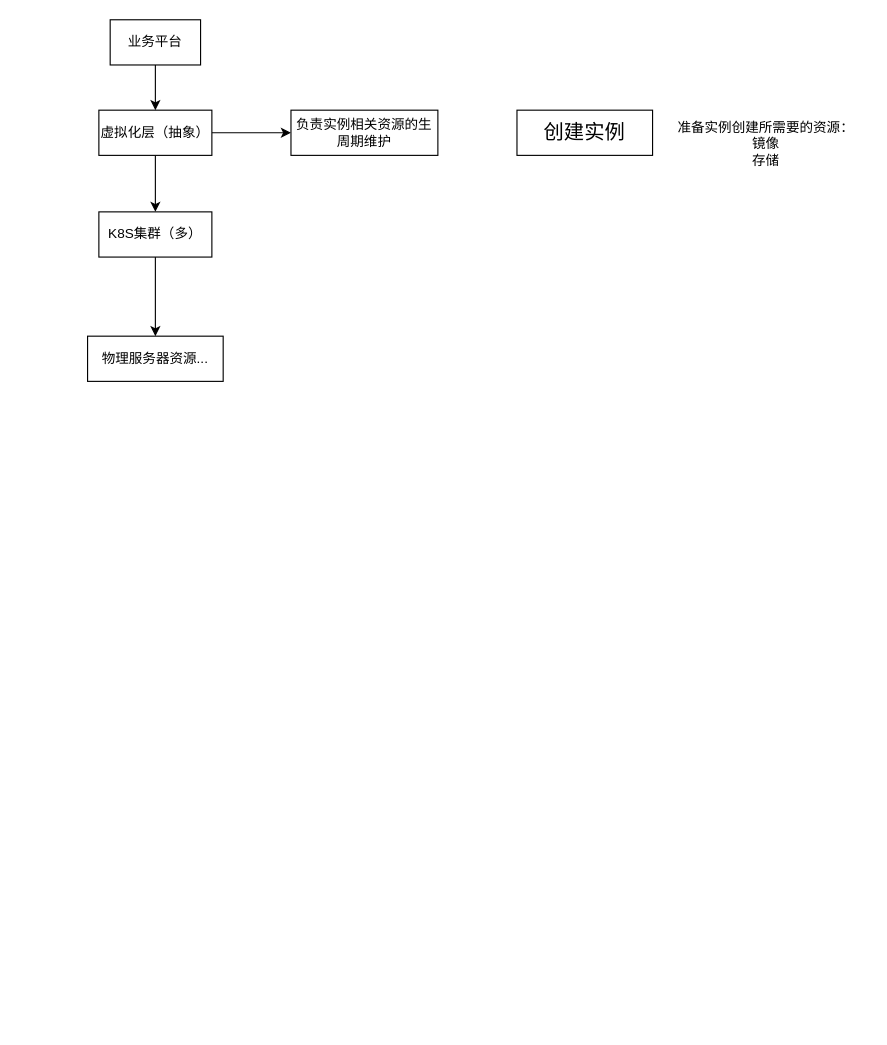
The draw.io diagram assets/jishu.drawio in gogowaiting/gogowaiting.github.io, before the edit. Source tidied: cells renumbered, new cells numbered last; positions are measured from the earlier drawing's top-left corner, leaving out a move shared by most shapes. Both pictures are drawn from the tidied source at 113%, with x=0, y=0 at pixel (87, 19).
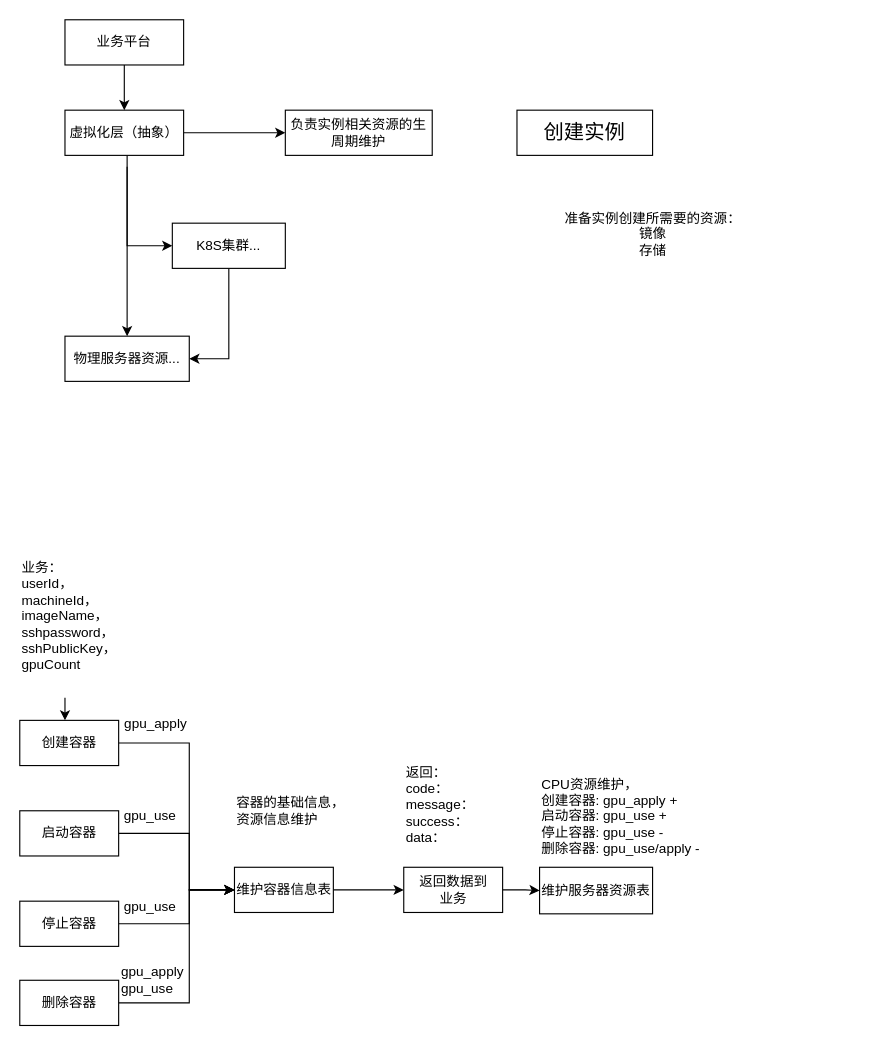
The same page after the edit.

Change to the diagram source:
```diff
@@
     <mxCell id="3" value="准备实例创建所需要的资源：&lt;br&gt;镜像&lt;div&gt;存储&lt;/div&gt;" style="text;html=1;align=center;verticalAlign=middle;strokeColor=none;fillColor=none;" parent="1" vertex="1">
-      <mxGeometry x="510" y="80" width="180" height="60" as="geometry" />
+      <mxGeometry x="410" y="160" width="180" height="60" as="geometry" />
     </mxCell>
+    <mxCell id="13" style="edgeStyle=orthogonalEdgeStyle;rounded=0;jettySize=auto;html=1;exitX=1;exitY=0.5;exitDx=0;exitDy=0;" parent="1" edge="1" source="4">
+      <mxGeometry relative="1" as="geometry">
+        <mxPoint x="85.1" y="20" as="targetPoint" />
+      </mxGeometry>
+    </mxCell>
     <mxCell id="4" value="业务平台" style="rounded=0;whiteSpace=wrap;html=1;" parent="1" vertex="1">
-      <mxGeometry x="20" width="80" height="40" as="geometry" />
+      <mxGeometry x="-20" width="105" height="40" as="geometry" />
     </mxCell>
-    <mxCell id="5" style="edgeStyle=orthogonalEdgeStyle;rounded=0;jettySize=auto;html=1;" parent="1" edge="1" source="7" target="10">
-      <mxGeometry relative="1" as="geometry">
-        <Array as="points">
-          <mxPoint x="60" y="160" />
-          <mxPoint x="60" y="160" />
-        </Array>
-      </mxGeometry>
-    </mxCell>
@@
     <mxCell id="7" value="虚拟化层（抽象）" style="rounded=0;whiteSpace=wrap;html=1;" parent="1" vertex="1">
-      <mxGeometry x="10" y="80" width="100" height="40" as="geometry" />
+      <mxGeometry x="-20" y="80" width="105" height="40" as="geometry" />
     </mxCell>
@@
-    <mxCell id="9" style="edgeStyle=orthogonalEdgeStyle;rounded=0;jettySize=auto;html=1;" parent="1" edge="1" source="10" target="11">
-      <mxGeometry relative="1" as="geometry" />
+    <mxCell id="9" style="edgeStyle=orthogonalEdgeStyle;rounded=0;jettySize=auto;html=1;entryX=1;entryY=0.5;entryDx=0;entryDy=0;" parent="1" edge="1" source="10" target="11">
+      <mxGeometry relative="1" as="geometry">
+        <Array as="points">
+          <mxPoint x="125" y="300" />
+        </Array>
+      </mxGeometry>
     </mxCell>
-    <mxCell id="10" value="K8S集群（多）" style="rounded=0;whiteSpace=wrap;html=1;" parent="1" vertex="1">
-      <mxGeometry x="10" y="170" width="100" height="40" as="geometry" />
+    <mxCell id="10" value="K8S集群..." style="rounded=0;whiteSpace=wrap;html=1;" parent="1" vertex="1">
+      <mxGeometry x="75" y="180" width="100" height="40" as="geometry" />
     </mxCell>
     <mxCell id="11" value="物理服务器资源..." style="rounded=0;whiteSpace=wrap;html=1;" parent="1" vertex="1">
-      <mxGeometry y="280" width="120" height="40" as="geometry" />
+      <mxGeometry x="-20" y="280" width="110" height="40" as="geometry" />
     </mxCell>
     <mxCell id="12" value="负责实例相关资源的生周期维护" style="rounded=0;whiteSpace=wrap;html=1;" parent="1" vertex="1">
-      <mxGeometry x="180" y="80" width="130" height="40" as="geometry" />
+      <mxGeometry x="175" y="80" width="130" height="40" as="geometry" />
     </mxCell>
+    <mxCell id="14" style="endArrow=classic;html=1;rounded=0;entryX=0;entryY=0.5;entryDx=0;entryDy=0;" parent="1" edge="1" target="10">
+      <mxGeometry relative="1" as="geometry">
+        <mxPoint x="35" y="130" as="sourcePoint" />
+        <Array as="points">
+          <mxPoint x="35" y="170" />
+          <mxPoint x="35" y="200" />
+        </Array>
+      </mxGeometry>
+    </mxCell>
+    <mxCell id="15" style="endArrow=classic;html=1;rounded=0;entryX=0.5;entryY=0;entryDx=0;entryDy=0;" parent="1" edge="1" target="11">
+      <mxGeometry relative="1" as="geometry">
+        <mxPoint x="35" y="120" as="sourcePoint" />
+      </mxGeometry>
+    </mxCell>
+    <mxCell id="16" style="edgeStyle=orthogonalEdgeStyle;rounded=0;jettySize=auto;html=1;" parent="1" edge="1" source="17" target="27">
+      <mxGeometry relative="1" as="geometry">
+        <Array as="points">
+          <mxPoint x="90" y="640" />
+          <mxPoint x="90" y="770" />
+        </Array>
+      </mxGeometry>
+    </mxCell>
+    <mxCell id="17" value="创建容器" style="rounded=0;whiteSpace=wrap;html=1;" parent="1" vertex="1">
+      <mxGeometry x="-60" y="620" width="87.5" height="40" as="geometry" />
+    </mxCell>
+    <mxCell id="18" style="edgeStyle=orthogonalEdgeStyle;rounded=0;jettySize=auto;html=1;exitX=1;exitY=0.5;exitDx=0;exitDy=0;" parent="1" edge="1" source="19" target="27">
+      <mxGeometry relative="1" as="geometry">
+        <Array as="points">
+          <mxPoint x="90" y="720" />
+          <mxPoint x="90" y="770" />
+        </Array>
+      </mxGeometry>
+    </mxCell>
+    <mxCell id="19" value="启动容器" style="rounded=0;whiteSpace=wrap;html=1;" parent="1" vertex="1">
+      <mxGeometry x="-60" y="700" width="87.5" height="40" as="geometry" />
+    </mxCell>
+    <mxCell id="20" style="edgeStyle=orthogonalEdgeStyle;rounded=0;jettySize=auto;html=1;" parent="1" edge="1" source="21" target="27">
+      <mxGeometry relative="1" as="geometry">
+        <Array as="points">
+          <mxPoint x="90" y="800" />
+          <mxPoint x="90" y="770" />
+        </Array>
+      </mxGeometry>
+    </mxCell>
+    <mxCell id="21" value="停止容器" style="rounded=0;whiteSpace=wrap;html=1;" parent="1" vertex="1">
+      <mxGeometry x="-60" y="780" width="87.5" height="40" as="geometry" />
+    </mxCell>
+    <mxCell id="22" style="edgeStyle=orthogonalEdgeStyle;rounded=0;jettySize=auto;html=1;entryX=0;entryY=0.5;entryDx=0;entryDy=0;" parent="1" edge="1" source="23" target="27">
+      <mxGeometry relative="1" as="geometry">
+        <Array as="points">
+          <mxPoint x="90" y="870" />
+          <mxPoint x="90" y="770" />
+        </Array>
+      </mxGeometry>
+    </mxCell>
+    <mxCell id="23" value="删除容器" style="rounded=0;whiteSpace=wrap;html=1;" parent="1" vertex="1">
+      <mxGeometry x="-60" y="850" width="87.5" height="40" as="geometry" />
+    </mxCell>
+    <mxCell id="24" style="edgeStyle=orthogonalEdgeStyle;rounded=0;jettySize=auto;html=1;" parent="1" edge="1" source="25" target="17">
+      <mxGeometry relative="1" as="geometry">
+        <Array as="points">
+          <mxPoint x="-20" y="610" />
+          <mxPoint x="-20" y="610" />
+        </Array>
+      </mxGeometry>
+    </mxCell>
+    <mxCell id="25" value="业务：&lt;div&gt;userId，&lt;div&gt;machineId，&lt;/div&gt;&lt;div&gt;imageName，&lt;/div&gt;&lt;div&gt;sshpassword，&lt;/div&gt;&lt;div&gt;sshPublicKey，&lt;/div&gt;&lt;div&gt;gpuCount&lt;div&gt;&lt;br style=&quot;text-wrap: wrap;&quot;&gt;&lt;/div&gt;&lt;/div&gt;&lt;/div&gt;" style="text;html=1;align=left;verticalAlign=middle;points=[];strokeColor=none;fillColor=none;" parent="1" vertex="1">
+      <mxGeometry x="-60" y="470" width="110" height="130" as="geometry" />
+    </mxCell>
+    <mxCell id="26" style="edgeStyle=orthogonalEdgeStyle;rounded=0;jettySize=auto;html=1;" parent="1" edge="1" source="27" target="29">
+      <mxGeometry relative="1" as="geometry" />
+    </mxCell>
+    <mxCell id="27" value="维护容器信息表" style="rounded=0;whiteSpace=wrap;html=1;" parent="1" vertex="1">
+      <mxGeometry x="130" y="750" width="87.5" height="40" as="geometry" />
+    </mxCell>
+    <mxCell id="28" style="edgeStyle=orthogonalEdgeStyle;rounded=0;jettySize=auto;html=1;" parent="1" edge="1" source="29" target="30">
+      <mxGeometry relative="1" as="geometry" />
+    </mxCell>
+    <mxCell id="29" value="返回数据到&lt;div&gt;&lt;span style=&quot;background-color: initial;&quot;&gt;业务&lt;/span&gt;&lt;br&gt;&lt;/div&gt;" style="rounded=0;whiteSpace=wrap;html=1;" parent="1" vertex="1">
+      <mxGeometry x="279.8" y="750" width="87.5" height="40" as="geometry" />
+    </mxCell>
+    <mxCell id="30" value="&lt;div&gt;维护服务器资源表&lt;/div&gt;" style="rounded=0;whiteSpace=wrap;html=1;" parent="1" vertex="1">
+      <mxGeometry x="400" y="750" width="100" height="41.2" as="geometry" />
+    </mxCell>
+    <mxCell id="31" value="返回：&lt;div&gt;code：&lt;div&gt;message：&lt;/div&gt;&lt;div&gt;success：&lt;/div&gt;&lt;div&gt;data：&lt;/div&gt;&lt;/div&gt;" style="text;html=1;align=left;verticalAlign=middle;strokeColor=none;fillColor=none;" parent="1" vertex="1">
+      <mxGeometry x="279.8" y="650" width="80" height="90" as="geometry" />
+    </mxCell>
+    <mxCell id="32" value="容器的基础信息，&lt;div&gt;资源信息维护&lt;/div&gt;" style="text;html=1;align=left;verticalAlign=middle;strokeColor=none;fillColor=none;" parent="1" vertex="1">
+      <mxGeometry x="130" y="680" width="120" height="40" as="geometry" />
+    </mxCell>
+    <mxCell id="33" value="CPU资源维护，&lt;div&gt;创建容器: gpu_apply +&lt;div&gt;启动容器: gpu_use +&lt;/div&gt;&lt;div&gt;停止容器: gpu_use -&lt;/div&gt;&lt;div&gt;删除容器: gpu_use/apply -&lt;/div&gt;&lt;/div&gt;" style="text;html=1;align=left;verticalAlign=middle;strokeColor=none;fillColor=none;" parent="1" vertex="1">
+      <mxGeometry x="400" y="660" width="160" height="90" as="geometry" />
+    </mxCell>
+    <mxCell id="34" value="gpu_apply" style="text;html=1;align=center;verticalAlign=middle;strokeColor=none;fillColor=none;" parent="1" vertex="1">
+      <mxGeometry x="20" y="608" width="80" height="30" as="geometry" />
+    </mxCell>
+    <mxCell id="35" value="gpu_use" style="text;html=1;align=center;verticalAlign=middle;strokeColor=none;fillColor=none;" parent="1" vertex="1">
+      <mxGeometry x="20" y="690" width="70" height="30" as="geometry" />
+    </mxCell>
+    <mxCell id="36" value="gpu_use" style="text;html=1;align=center;verticalAlign=middle;strokeColor=none;fillColor=none;" parent="1" vertex="1">
+      <mxGeometry x="20" y="770" width="70" height="30" as="geometry" />
+    </mxCell>
+    <mxCell id="37" value="gpu_apply&lt;br&gt;gpu_use" style="text;html=1;align=left;verticalAlign=middle;strokeColor=none;fillColor=none;" parent="1" vertex="1">
+      <mxGeometry x="27.5" y="830" width="80" height="40" as="geometry" />
+    </mxCell>
```
